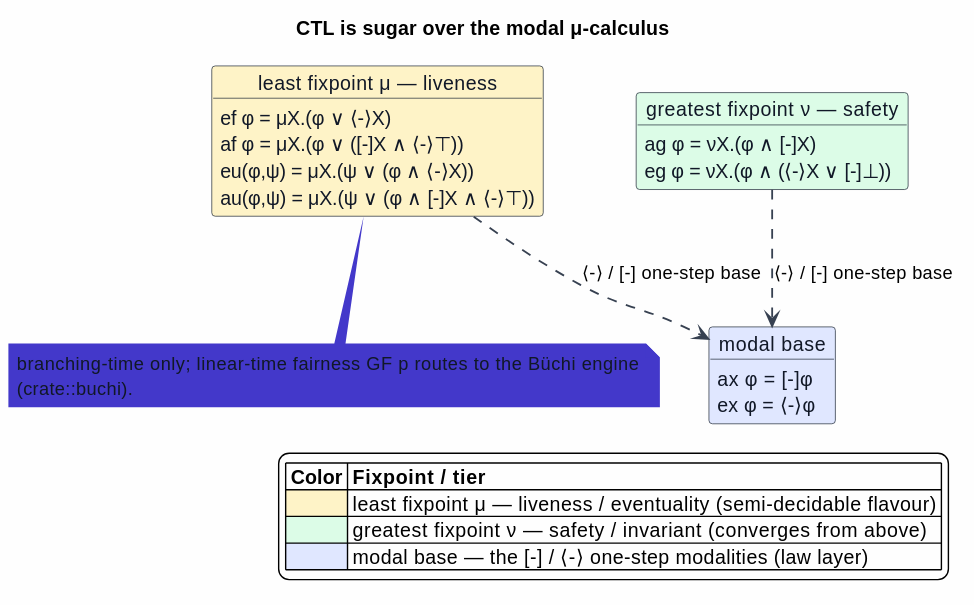
Earlier version of the PlantUML export docs/architecture/semantic-predicates/figures/15-ctl-mu-encoding.svg (F1R3FLY-io/mettail-rust).
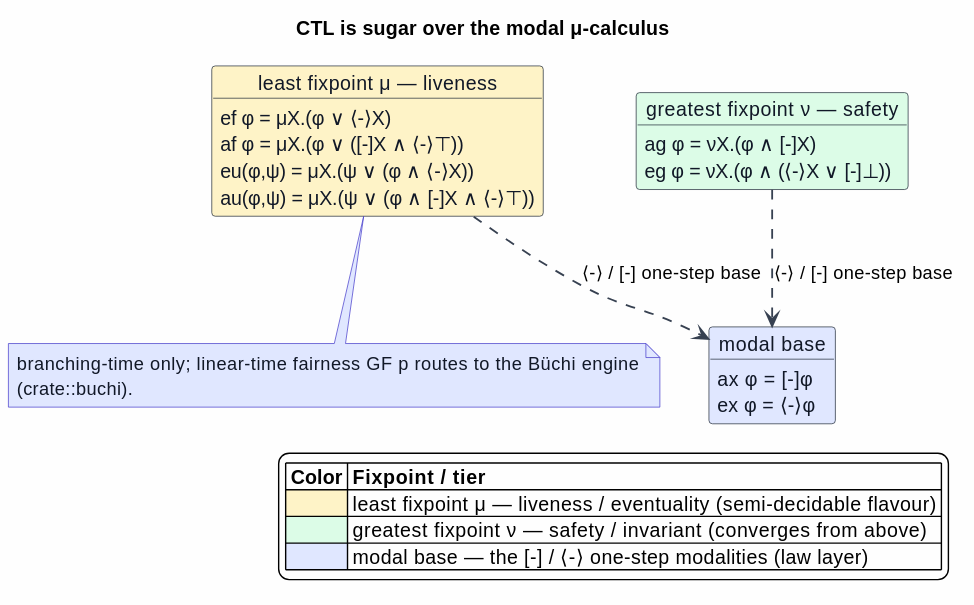
The same file after the commit.

Commit message:
docs(semantic-predicates): lighten the too-dark Büchi note in 15-ctl-mu-encoding

The "branching-time only; linear-time fairness GF p routes to the Büchi engine"
note used a dark indigo fill (#4338CA) under near-black text — hard to read and
clashing with the pastel palette. Switch the note fill to the light indigo
#E0E7FF (the suite's annotation/law-layer color); #4338CA remains only as the
note border. Re-rendered; validate.sh green.

Diff of the diagram source:
```diff
@@ -35,7 +35,7 @@
 MU ..> MODAL : ⟨-⟩ / [-] one-step base
 NU ..> MODAL : ⟨-⟩ / [-] one-step base
 
-note bottom of MU #4338CA
+note bottom of MU #E0E7FF
   branching-time only; linear-time fairness GF p routes to the Büchi engine
   (crate::buchi).
 end note
```
